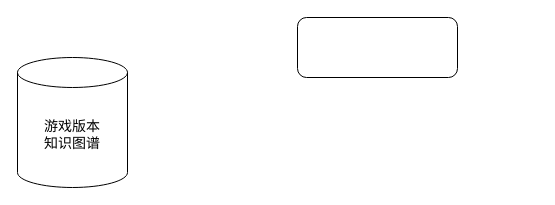
The draw.io diagram 版本库挖掘.drawio in skindhu/9GAG, before the edit. Source tidied: cells renumbered, new cells numbered last; positions are measured from the earlier drawing's top-left corner, leaving out a move shared by most shapes. Both pictures are drawn from the tidied source at 100%, with x=0, y=0 at pixel (17, 17).
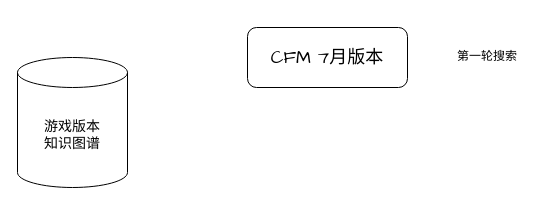
Above is the later version.

Commit message (it also covers changes not shown here):
更新版本库挖掘.drawio

Change to the diagram source:
```diff
@@
 <mxGraphModel>
   <root>
     <mxCell id="0" />
     <mxCell id="1" parent="0" />
-    <mxCell id="2" style="rounded=1;whiteSpace=wrap;html=1;hachureGap=4;fontFamily=Architects Daughter;" parent="1" vertex="1">
-      <mxGeometry x="280" width="160" height="60" as="geometry" />
+    <mxCell id="2" value="&lt;font style=&quot;font-size: 18px;&quot;&gt;CFM 7月版本&lt;/font&gt;" style="rounded=1;whiteSpace=wrap;html=1;hachureGap=4;fontFamily=Architects Daughter;" parent="1" vertex="1">
+      <mxGeometry x="230" y="10" width="160" height="60" as="geometry" />
     </mxCell>
     <mxCell id="3" value="&lt;font style=&quot;font-size: 14px;&quot;&gt;游戏版本&lt;br&gt;知识图谱&lt;/font&gt;" style="shape=cylinder3;whiteSpace=wrap;html=1;boundedLbl=1;backgroundOutline=1;size=15;hachureGap=4;fontFamily=Architects Daughter;" parent="1" vertex="1">
       <mxGeometry y="40" width="110" height="130" as="geometry" />
     </mxCell>
+    <mxCell id="4" value="第一轮搜索" style="text;html=1;align=center;verticalAlign=middle;whiteSpace=wrap;rounded=0;fontFamily=Architects Daughter;" parent="1" vertex="1">
+      <mxGeometry x="420" y="25" width="100" height="30" as="geometry" />
+    </mxCell>
   </root>
 </mxGraphModel>
```
